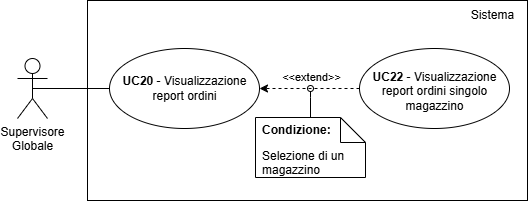
Before: documents/rtb/assets/UC20.png, a diagram exported from draw.io (teamcodealchemists/docs). Source tidied: cells renumbered, new cells last; positions are measured from the earlier drawing's top-left corner, leaving out a move shared by most shapes. Source of this version:
```xml
<mxGraphModel>
  <root>
    <mxCell id="0" />
    <mxCell id="1" parent="0" />
    <mxCell id="2" value="Supervisore&lt;div&gt;Globale&lt;/div&gt;" style="shape=umlActor;verticalLabelPosition=bottom;verticalAlign=top;html=1;outlineConnect=0;" parent="1" vertex="1">
      <mxGeometry y="58" width="30" height="60" as="geometry" />
    </mxCell>
    <mxCell id="3" style="rounded=0;whiteSpace=wrap;html=1;" parent="1" vertex="1">
      <mxGeometry x="70" width="440" height="200" as="geometry" />
    </mxCell>
    <mxCell id="4" style="ellipse;whiteSpace=wrap;html=1;fontStyle=1;" parent="1" vertex="1">
      <mxGeometry x="92" y="48" width="150" height="80" as="geometry" />
    </mxCell>
    <mxCell id="5" value="&lt;b&gt;UC20&amp;nbsp;&lt;/b&gt;- Visualizzazione&lt;div&gt;report ordini&lt;/div&gt;" style="text;html=1;align=center;verticalAlign=middle;strokeColor=none;fillColor=none;" parent="1" vertex="1">
      <mxGeometry x="92" y="68" width="150" height="40" as="geometry" />
    </mxCell>
    <mxCell id="6" style="endArrow=none;html=1;rounded=0;entryX=0;entryY=0.5;entryDx=0;entryDy=0;exitX=0.5;exitY=0.5;exitDx=0;exitDy=0;exitPerimeter=0;" parent="1" edge="1" source="2" target="4">
      <mxGeometry relative="1" as="geometry" />
    </mxCell>
    <mxCell id="7" style="edgeStyle=orthogonalEdgeStyle;rounded=0;jettySize=auto;html=1;entryX=1;entryY=0.5;entryDx=0;entryDy=0;dashed=1;" parent="1" edge="1" source="9" target="4">
      <mxGeometry relative="1" as="geometry" />
    </mxCell>
    <mxCell id="8" value="&amp;lt;&amp;lt;extend&amp;gt;&amp;gt;" style="edgeLabel;html=1;align=center;verticalAlign=middle;" parent="7" vertex="1">
      <mxGeometry x="-0.17" y="-3" relative="1" as="geometry">
        <mxPoint x="-8" y="-9" as="offset" />
      </mxGeometry>
    </mxCell>
    <mxCell id="9" style="ellipse;whiteSpace=wrap;html=1;fontStyle=1;" parent="1" vertex="1">
      <mxGeometry x="342" y="48" width="150" height="80" as="geometry" />
    </mxCell>
    <mxCell id="10" value="&lt;b&gt;UC22&amp;nbsp;&lt;/b&gt;- Visualizzazione&lt;div&gt;report&amp;nbsp;&lt;span style=&quot;background-color: transparent; color: light-dark(rgb(0, 0, 0), rgb(255, 255, 255));&quot;&gt;ordini singolo&lt;/span&gt;&lt;/div&gt;&lt;div&gt;&lt;span style=&quot;background-color: transparent; color: light-dark(rgb(0, 0, 0), rgb(255, 255, 255));&quot;&gt;magazzino&lt;/span&gt;&lt;/div&gt;" style="text;html=1;align=center;verticalAlign=middle;strokeColor=none;fillColor=none;" parent="1" vertex="1">
      <mxGeometry x="342" y="61" width="150" height="60" as="geometry" />
    </mxCell>
    <mxCell id="11" value="Selezione di un magazzino" style="shape=note2;boundedLbl=1;whiteSpace=wrap;html=1;size=25;verticalAlign=top;align=left;spacingLeft=5;" parent="1" vertex="1">
      <mxGeometry x="238" y="117" width="110" height="60" as="geometry" />
    </mxCell>
    <mxCell id="12" value="&lt;b&gt;Condizione:&lt;/b&gt;" style="strokeColor=none;fillColor=none;align=left;spacingLeft=5;whiteSpace=wrap;html=1;" parent="11" vertex="1">
      <mxGeometry width="110" height="25" relative="1" as="geometry" />
    </mxCell>
    <mxCell id="13" style="edgeStyle=orthogonalEdgeStyle;rounded=0;jettySize=auto;html=1;endArrow=oval;endFill=0;" parent="1" edge="1" source="12">
      <mxGeometry relative="1" as="geometry">
        <mxPoint x="293" y="88" as="targetPoint" />
      </mxGeometry>
    </mxCell>
    <mxCell id="14" value="Sistema" style="text;html=1;align=center;verticalAlign=middle;strokeColor=none;fillColor=none;" parent="1" vertex="1">
      <mxGeometry x="440" width="70" height="30" as="geometry" />
    </mxCell>
  </root>
</mxGraphModel>
```
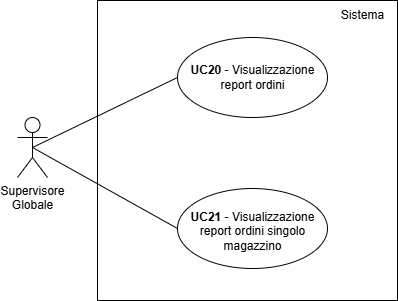
After the change.

The edit, as a diff of the source:
```diff
@@ -3,47 +3,31 @@
     <mxCell id="0" />
     <mxCell id="1" parent="0" />
     <mxCell id="2" value="Supervisore&lt;div&gt;Globale&lt;/div&gt;" style="shape=umlActor;verticalLabelPosition=bottom;verticalAlign=top;html=1;outlineConnect=0;" parent="1" vertex="1">
-      <mxGeometry y="58" width="30" height="60" as="geometry" />
+      <mxGeometry x="-10" y="117" width="30" height="60" as="geometry" />
     </mxCell>
     <mxCell id="3" style="rounded=0;whiteSpace=wrap;html=1;" parent="1" vertex="1">
-      <mxGeometry x="70" width="440" height="200" as="geometry" />
+      <mxGeometry x="70" width="300" height="300" as="geometry" />
     </mxCell>
     <mxCell id="4" style="ellipse;whiteSpace=wrap;html=1;fontStyle=1;" parent="1" vertex="1">
-      <mxGeometry x="92" y="48" width="150" height="80" as="geometry" />
+      <mxGeometry x="150" y="37" width="150" height="80" as="geometry" />
     </mxCell>
     <mxCell id="5" value="&lt;b&gt;UC20&amp;nbsp;&lt;/b&gt;- Visualizzazione&lt;div&gt;report ordini&lt;/div&gt;" style="text;html=1;align=center;verticalAlign=middle;strokeColor=none;fillColor=none;" parent="1" vertex="1">
-      <mxGeometry x="92" y="68" width="150" height="40" as="geometry" />
+      <mxGeometry x="150" y="57" width="150" height="40" as="geometry" />
     </mxCell>
     <mxCell id="6" style="endArrow=none;html=1;rounded=0;entryX=0;entryY=0.5;entryDx=0;entryDy=0;exitX=0.5;exitY=0.5;exitDx=0;exitDy=0;exitPerimeter=0;" parent="1" edge="1" source="2" target="4">
       <mxGeometry relative="1" as="geometry" />
     </mxCell>
-    <mxCell id="7" style="edgeStyle=orthogonalEdgeStyle;rounded=0;jettySize=auto;html=1;entryX=1;entryY=0.5;entryDx=0;entryDy=0;dashed=1;" parent="1" edge="1" source="9" target="4">
-      <mxGeometry relative="1" as="geometry" />
-    </mxCell>
-    <mxCell id="8" value="&amp;lt;&amp;lt;extend&amp;gt;&amp;gt;" style="edgeLabel;html=1;align=center;verticalAlign=middle;" parent="7" vertex="1">
-      <mxGeometry x="-0.17" y="-3" relative="1" as="geometry">
-        <mxPoint x="-8" y="-9" as="offset" />
-      </mxGeometry>
-    </mxCell>
     <mxCell id="9" style="ellipse;whiteSpace=wrap;html=1;fontStyle=1;" parent="1" vertex="1">
-      <mxGeometry x="342" y="48" width="150" height="80" as="geometry" />
+      <mxGeometry x="150" y="188" width="150" height="80" as="geometry" />
     </mxCell>
-    <mxCell id="10" value="&lt;b&gt;UC22&amp;nbsp;&lt;/b&gt;- Visualizzazione&lt;div&gt;report&amp;nbsp;&lt;span style=&quot;background-color: transparent; color: light-dark(rgb(0, 0, 0), rgb(255, 255, 255));&quot;&gt;ordini singolo&lt;/span&gt;&lt;/div&gt;&lt;div&gt;&lt;span style=&quot;background-color: transparent; color: light-dark(rgb(0, 0, 0), rgb(255, 255, 255));&quot;&gt;magazzino&lt;/span&gt;&lt;/div&gt;" style="text;html=1;align=center;verticalAlign=middle;strokeColor=none;fillColor=none;" parent="1" vertex="1">
-      <mxGeometry x="342" y="61" width="150" height="60" as="geometry" />
+    <mxCell id="10" value="&lt;b&gt;UC21&amp;nbsp;&lt;/b&gt;- Visualizzazione&lt;div&gt;report&amp;nbsp;&lt;span style=&quot;background-color: transparent; color: light-dark(rgb(0, 0, 0), rgb(255, 255, 255));&quot;&gt;ordini singolo&lt;/span&gt;&lt;/div&gt;&lt;div&gt;&lt;span style=&quot;background-color: transparent; color: light-dark(rgb(0, 0, 0), rgb(255, 255, 255));&quot;&gt;magazzino&lt;/span&gt;&lt;/div&gt;" style="text;html=1;align=center;verticalAlign=middle;strokeColor=none;fillColor=none;" parent="1" vertex="1">
+      <mxGeometry x="150" y="201" width="150" height="60" as="geometry" />
     </mxCell>
-    <mxCell id="11" value="Selezione di un magazzino" style="shape=note2;boundedLbl=1;whiteSpace=wrap;html=1;size=25;verticalAlign=top;align=left;spacingLeft=5;" parent="1" vertex="1">
-      <mxGeometry x="238" y="117" width="110" height="60" as="geometry" />
-    </mxCell>
-    <mxCell id="12" value="&lt;b&gt;Condizione:&lt;/b&gt;" style="strokeColor=none;fillColor=none;align=left;spacingLeft=5;whiteSpace=wrap;html=1;" parent="11" vertex="1">
-      <mxGeometry width="110" height="25" relative="1" as="geometry" />
-    </mxCell>
-    <mxCell id="13" style="edgeStyle=orthogonalEdgeStyle;rounded=0;jettySize=auto;html=1;endArrow=oval;endFill=0;" parent="1" edge="1" source="12">
-      <mxGeometry relative="1" as="geometry">
-        <mxPoint x="293" y="88" as="targetPoint" />
-      </mxGeometry>
-    </mxCell>
     <mxCell id="14" value="Sistema" style="text;html=1;align=center;verticalAlign=middle;strokeColor=none;fillColor=none;" parent="1" vertex="1">
-      <mxGeometry x="440" width="70" height="30" as="geometry" />
+      <mxGeometry x="300" width="70" height="30" as="geometry" />
     </mxCell>
+    <mxCell id="15" style="endArrow=none;html=1;rounded=0;entryX=0;entryY=0.5;entryDx=0;entryDy=0;exitX=0.5;exitY=0.5;exitDx=0;exitDy=0;exitPerimeter=0;" parent="1" edge="1" source="2" target="9">
+      <mxGeometry relative="1" as="geometry" />
+    </mxCell>
   </root>
 </mxGraphModel>
```
